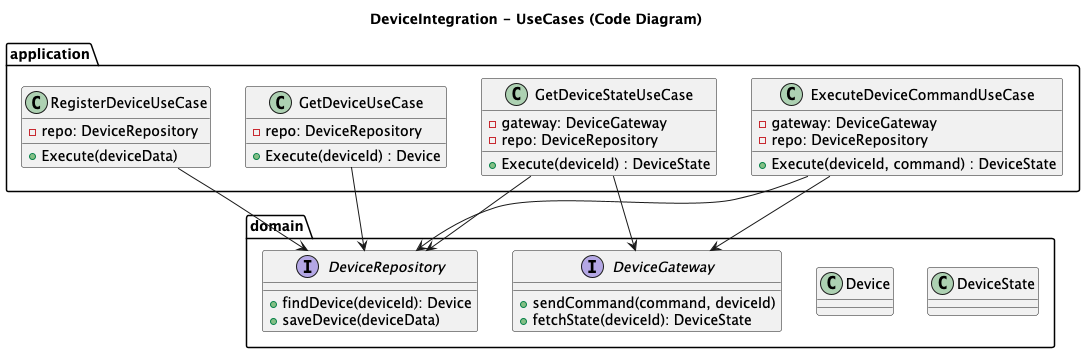
IlimbekNarmatov/warmhouse keeps this PlantUML diagram as diagrams/task_2_code_diagram_use_cases.png. Above is the earlier version.
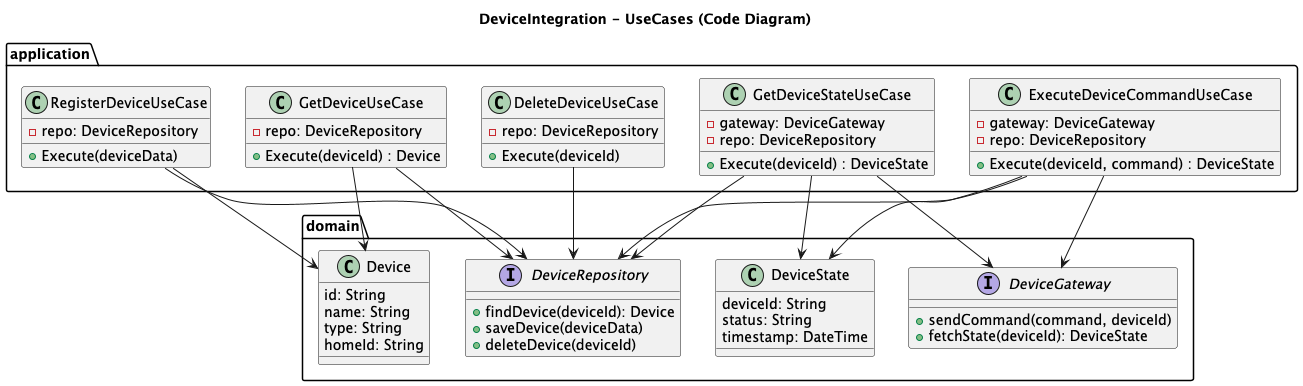
Above is the later version.

Diff of the diagram source:
```diff
@@ -25,6 +25,10 @@
         +Execute(deviceId, command) : DeviceState
     }
 
+    class DeleteDeviceUseCase {
+        - repo: DeviceRepository
+        + Execute(deviceId)
+    }
 }
 
 package "domain" {
@@ -32,6 +36,7 @@
     interface DeviceRepository {
         + findDevice(deviceId): Device
         + saveDevice(deviceData)
+        + deleteDevice(deviceId)
     }
 
     interface DeviceGateway {
@@ -39,9 +44,18 @@
         + fetchState(deviceId): DeviceState
     }
 
-    class Device
-    class DeviceState
+    class Device {
+        id: String
+        name: String
+        type: String
+        homeId: String
+    }
 
+    class DeviceState {
+        deviceId: String
+        status: String
+        timestamp: DateTime
+    }
 }
 
 GetDeviceUseCase --> DeviceRepository
@@ -50,5 +64,11 @@
 ExecuteDeviceCommandUseCase --> DeviceGateway
 GetDeviceStateUseCase --> DeviceRepository
 ExecuteDeviceCommandUseCase --> DeviceRepository
+DeleteDeviceUseCase --> DeviceRepository
+
+GetDeviceUseCase --> Device
+RegisterDeviceUseCase--> Device
+GetDeviceStateUseCase --> DeviceState
+ExecuteDeviceCommandUseCase --> DeviceState
 
 @enduml
```
